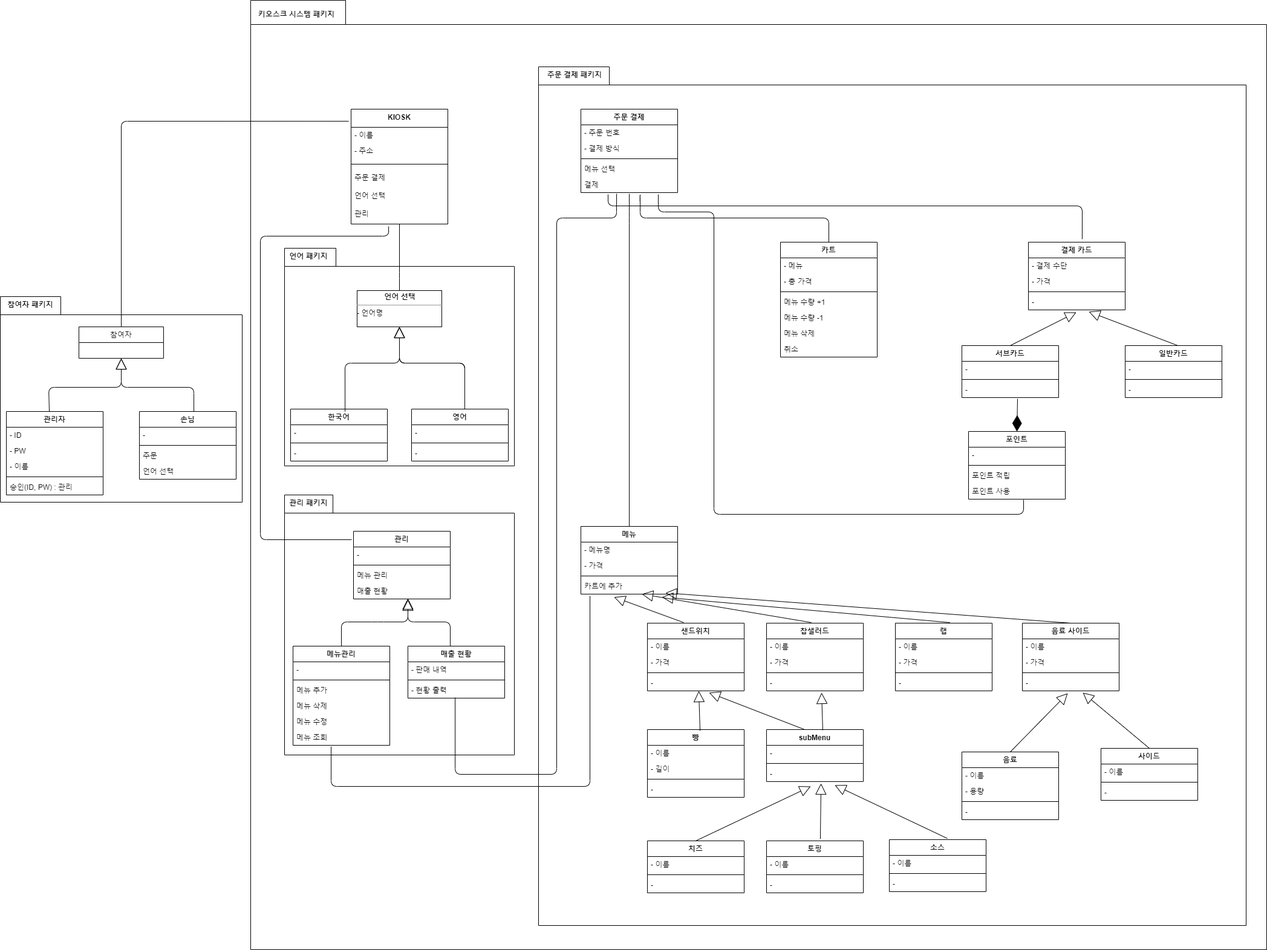
distroytest/KNUSD-20202-Team05 keeps this draw.io diagram as Package diagram.png. Above is the earlier version. Source tidied: cells renumbered, new cells last; positions are measured from the earlier drawing's top-left corner, leaving out a move shared by most shapes.
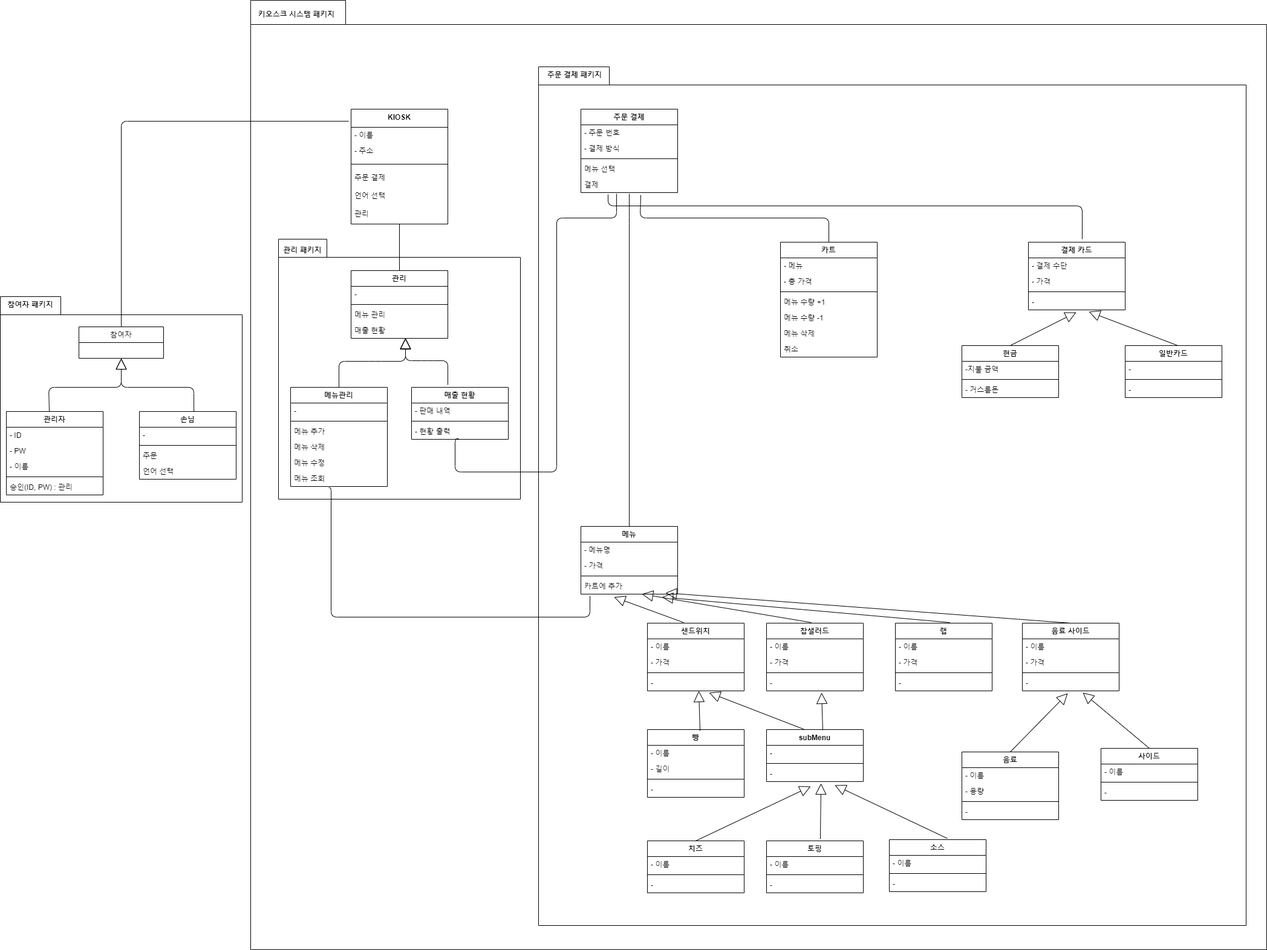
After the change.

Diff of the diagram source:
```diff
@@ -9,11 +9,8 @@
       <mxGeometry x="890" y="110" width="1170" height="1420" as="geometry" />
     </mxCell>
     <mxCell id="4" style="shape=folder;fontStyle=1;spacingTop=10;tabWidth=80;tabHeight=30;tabPosition=left;html=1;" parent="1" vertex="1">
-      <mxGeometry x="470" y="818" width="380" height="430" as="geometry" />
+      <mxGeometry x="460" y="395" width="400" height="430" as="geometry" />
     </mxCell>
-    <mxCell id="5" style="shape=folder;fontStyle=1;spacingTop=10;tabWidth=85;tabHeight=30;tabPosition=left;html=1;" parent="1" vertex="1">
-      <mxGeometry x="470" y="410" width="380" height="360" as="geometry" />
-    </mxCell>
     <mxCell id="6" style="shape=folder;fontStyle=1;spacingTop=10;tabWidth=100;tabHeight=30;tabPosition=left;html=1;" parent="1" vertex="1">
       <mxGeometry y="490" width="400" height="340" as="geometry" />
     </mxCell>
@@ -98,17 +95,6 @@
     <mxCell id="28" value="참여자 패키지" style="text;align=center;fontStyle=1;verticalAlign=middle;spacingLeft=3;spacingRight=3;strokeColor=none;" parent="1" vertex="1">
       <mxGeometry x="10" y="490" width="80" height="26" as="geometry" />
     </mxCell>
-    <mxCell id="29" value="&lt;p style=&quot;margin: 0px ; margin-top: 4px ; text-align: center&quot;&gt;&lt;b&gt;언어 선택&lt;/b&gt;&lt;/p&gt;&lt;hr size=&quot;1&quot;&gt;&lt;div style=&quot;height: 2px&quot;&gt;- 언어명&lt;/div&gt;" style="verticalAlign=top;align=left;overflow=fill;fontSize=12;fontFamily=Helvetica;html=1;" parent="1" vertex="1">
-      <mxGeometry x="590" y="480" width="140" height="60" as="geometry" />
-    </mxCell>
-    <mxCell id="30" style="endArrow=none;html=1;edgeStyle=orthogonalEdgeStyle;exitX=0.5;exitY=0;exitDx=0;exitDy=0;" parent="1" edge="1" source="29" target="13">
-      <mxGeometry relative="1" as="geometry">
-        <Array as="points">
-          <mxPoint x="660" y="450" />
-          <mxPoint x="660" y="450" />
-        </Array>
-      </mxGeometry>
-    </mxCell>
     <mxCell id="31" style="endArrow=none;html=1;edgeStyle=orthogonalEdgeStyle;exitX=0.5;exitY=0;exitDx=0;exitDy=0;entryX=-0.025;entryY=0.105;entryDx=0;entryDy=0;entryPerimeter=0;" parent="1" edge="1" source="14" target="7">
       <mxGeometry relative="1" as="geometry">
         <Array as="points">
@@ -116,51 +102,8 @@
         </Array>
       </mxGeometry>
     </mxCell>
-    <mxCell id="32" value="한국어" style="swimlane;fontStyle=1;align=center;verticalAlign=top;horizontal=1;startSize=26;" parent="1" vertex="1">
-      <mxGeometry x="480" y="676" width="160" height="86" as="geometry" />
-    </mxCell>
-    <mxCell id="33" value="-" style="text;strokeColor=none;fillColor=none;align=left;verticalAlign=top;spacingLeft=4;spacingRight=4;overflow=hidden;" parent="32" vertex="1">
-      <mxGeometry y="26" width="160" height="26" as="geometry" />
-    </mxCell>
-    <mxCell id="34" style="line;strokeWidth=1;fillColor=none;align=left;verticalAlign=middle;spacingTop=-1;spacingLeft=3;spacingRight=3;labelPosition=right;" parent="32" vertex="1">
-      <mxGeometry y="52" width="160" height="8" as="geometry" />
-    </mxCell>
-    <mxCell id="35" value="-" style="text;strokeColor=none;fillColor=none;align=left;verticalAlign=top;spacingLeft=4;spacingRight=4;overflow=hidden;" parent="32" vertex="1">
-      <mxGeometry y="60" width="160" height="26" as="geometry" />
-    </mxCell>
-    <mxCell id="36" value="영어" style="swimlane;fontStyle=1;align=center;verticalAlign=top;horizontal=1;startSize=26;" parent="1" vertex="1">
-      <mxGeometry x="680" y="676" width="160" height="86" as="geometry" />
-    </mxCell>
-    <mxCell id="37" value="-" style="text;strokeColor=none;fillColor=none;align=left;verticalAlign=top;spacingLeft=4;spacingRight=4;overflow=hidden;" parent="36" vertex="1">
-      <mxGeometry y="26" width="160" height="26" as="geometry" />
-    </mxCell>
-    <mxCell id="38" style="line;strokeWidth=1;fillColor=none;align=left;verticalAlign=middle;spacingTop=-1;spacingLeft=3;spacingRight=3;labelPosition=right;" parent="36" vertex="1">
-      <mxGeometry y="52" width="160" height="8" as="geometry" />
-    </mxCell>
-    <mxCell id="39" value="-" style="text;strokeColor=none;fillColor=none;align=left;verticalAlign=top;spacingLeft=4;spacingRight=4;overflow=hidden;" parent="36" vertex="1">
-      <mxGeometry y="60" width="160" height="26" as="geometry" />
-    </mxCell>
-    <mxCell id="40" style="endArrow=block;endSize=16;endFill=0;html=1;entryX=0.5;entryY=1;entryDx=0;entryDy=0;exitX=0.563;exitY=0.047;exitDx=0;exitDy=0;exitPerimeter=0;" parent="1" edge="1" source="32" target="29">
-      <mxGeometry x="-0.33" y="-80" relative="1" as="geometry">
-        <Array as="points">
-          <mxPoint x="570" y="600" />
-          <mxPoint x="660" y="600" />
-        </Array>
-      </mxGeometry>
-    </mxCell>
-    <mxCell id="41" style="endArrow=block;endSize=16;endFill=0;html=1;exitX=0.55;exitY=0;exitDx=0;exitDy=0;exitPerimeter=0;entryX=0.5;entryY=1;entryDx=0;entryDy=0;" parent="1" edge="1" source="36" target="29">
-      <mxGeometry y="50" relative="1" as="geometry">
-        <Array as="points">
-          <mxPoint x="768" y="600" />
-          <mxPoint x="660" y="600" />
-        </Array>
-      </mxGeometry>
-    </mxCell>
-    <mxCell id="42" value="언어 패키지" style="text;align=center;fontStyle=1;verticalAlign=middle;spacingLeft=3;spacingRight=3;strokeColor=none;" parent="1" vertex="1">
-      <mxGeometry x="470" y="410" width="80" height="26" as="geometry" />
-    </mxCell>
     <mxCell id="43" value="관리" style="swimlane;fontStyle=1;align=center;verticalAlign=top;horizontal=1;startSize=26;" parent="1" vertex="1">
-      <mxGeometry x="584" y="878" width="160" height="112" as="geometry" />
+      <mxGeometry x="580" y="447" width="160" height="112" as="geometry" />
     </mxCell>
     <mxCell id="44" value="-" style="text;strokeColor=none;fillColor=none;align=left;verticalAlign=top;spacingLeft=4;spacingRight=4;overflow=hidden;" parent="43" vertex="1">
       <mxGeometry y="26" width="160" height="26" as="geometry" />
@@ -184,8 +127,20 @@
         </Array>
       </mxGeometry>
     </mxCell>
+    <mxCell id="61" style="endArrow=block;endSize=16;endFill=0;html=1;" parent="43" edge="1">
+      <mxGeometry x="-0.46" y="-221" relative="1" as="geometry">
+        <mxPoint x="160" y="189" as="sourcePoint" />
+        <mxPoint x="90" y="112" as="targetPoint" />
+        <Array as="points">
+          <mxPoint x="160" y="149" />
+          <mxPoint x="126" y="149" />
+          <mxPoint x="90" y="149" />
+        </Array>
+        <mxPoint x="220" y="201" as="offset" />
+      </mxGeometry>
+    </mxCell>
     <mxCell id="49" value="메뉴관리" style="swimlane;fontStyle=1;align=center;verticalAlign=top;horizontal=1;startSize=26;" parent="1" vertex="1">
-      <mxGeometry x="484" y="1068" width="160" height="164" as="geometry" />
+      <mxGeometry x="480" y="640" width="160" height="164" as="geometry" />
     </mxCell>
     <mxCell id="50" value="-" style="text;strokeColor=none;fillColor=none;align=left;verticalAlign=top;spacingLeft=4;spacingRight=4;overflow=hidden;" parent="49" vertex="1">
       <mxGeometry y="26" width="160" height="26" as="geometry" />
@@ -206,7 +161,7 @@
       <mxGeometry y="138" width="160" height="26" as="geometry" />
     </mxCell>
     <mxCell id="56" value="매출 현황" style="swimlane;fontStyle=1;align=center;verticalAlign=top;horizontal=1;startSize=26;" parent="1" vertex="1">
-      <mxGeometry x="674" y="1068" width="160" height="86" as="geometry" />
+      <mxGeometry x="680" y="640" width="160" height="86" as="geometry" />
     </mxCell>
     <mxCell id="57" value="- 판매 내역" style="text;strokeColor=none;fillColor=none;align=left;verticalAlign=top;spacingLeft=4;spacingRight=4;overflow=hidden;" parent="56" vertex="1">
       <mxGeometry y="26" width="160" height="26" as="geometry" />
@@ -217,38 +172,9 @@
     <mxCell id="59" value="- 현황 출력" style="text;strokeColor=none;fillColor=none;align=left;verticalAlign=top;spacingLeft=4;spacingRight=4;overflow=hidden;points=[[0,0.5],[1,0.5]];portConstraint=eastwest;" parent="56" vertex="1">
       <mxGeometry y="60" width="160" height="26" as="geometry" />
     </mxCell>
-    <mxCell id="60" style="endArrow=block;endSize=16;endFill=0;html=1;exitX=0.55;exitY=0;exitDx=0;exitDy=0;exitPerimeter=0;entryX=0.5;entryY=1;entryDx=0;entryDy=0;" parent="1" edge="1" source="36" target="29">
-      <mxGeometry y="50" relative="1" as="geometry">
-        <Array as="points">
-          <mxPoint x="768" y="600" />
-          <mxPoint x="660" y="600" />
-          <mxPoint x="660" y="570" />
-        </Array>
-      </mxGeometry>
-    </mxCell>
-    <mxCell id="61" style="endArrow=block;endSize=16;endFill=0;html=1;" parent="1" edge="1">
-      <mxGeometry x="-0.46" y="-221" relative="1" as="geometry">
-        <mxPoint x="744" y="1068" as="sourcePoint" />
-        <mxPoint x="674" y="991" as="targetPoint" />
-        <Array as="points">
-          <mxPoint x="744" y="1028" />
-          <mxPoint x="674" y="1028" />
-        </Array>
-        <mxPoint x="220" y="201" as="offset" />
-      </mxGeometry>
-    </mxCell>
     <mxCell id="62" value="관리 패키지" style="text;align=center;fontStyle=1;verticalAlign=middle;spacingLeft=3;spacingRight=3;strokeColor=none;" parent="1" vertex="1">
-      <mxGeometry x="470" y="818" width="80" height="26" as="geometry" />
+      <mxGeometry x="460" y="400" width="80" height="26" as="geometry" />
     </mxCell>
-    <mxCell id="63" style="endArrow=none;html=1;edgeStyle=orthogonalEdgeStyle;entryX=-0.019;entryY=0.125;entryDx=0;entryDy=0;entryPerimeter=0;exitX=0.388;exitY=1.133;exitDx=0;exitDy=0;exitPerimeter=0;" parent="1" edge="1" source="13" target="43">
-      <mxGeometry relative="1" as="geometry">
-        <Array as="points">
-          <mxPoint x="642" y="390" />
-          <mxPoint x="430" y="390" />
-          <mxPoint x="430" y="892" />
-        </Array>
-      </mxGeometry>
-    </mxCell>
     <mxCell id="64" value="주문 결제" style="swimlane;fontStyle=1;align=center;verticalAlign=top;horizontal=1;startSize=26;" parent="1" vertex="1">
       <mxGeometry x="960" y="180" width="160" height="138" as="geometry" />
     </mxCell>
@@ -321,16 +247,16 @@
     <mxCell id="87" value="-" style="text;strokeColor=none;fillColor=none;align=left;verticalAlign=top;spacingLeft=4;spacingRight=4;overflow=hidden;points=[[0,0.5],[1,0.5]];portConstraint=eastwest;" parent="83" vertex="1">
       <mxGeometry y="86" width="160" height="26" as="geometry" />
     </mxCell>
-    <mxCell id="88" value="서브카드" style="swimlane;fontStyle=1;align=center;verticalAlign=top;horizontal=1;startSize=26;" parent="1" vertex="1">
+    <mxCell id="88" value="현금" style="swimlane;fontStyle=1;align=center;verticalAlign=top;horizontal=1;startSize=26;" parent="1" vertex="1">
       <mxGeometry x="1590" y="571" width="160" height="86" as="geometry" />
     </mxCell>
-    <mxCell id="89" value="-" style="text;strokeColor=none;fillColor=none;align=left;verticalAlign=top;spacingLeft=4;spacingRight=4;overflow=hidden;" parent="88" vertex="1">
+    <mxCell id="89" value="-지불 금액 " style="text;strokeColor=none;fillColor=none;align=left;verticalAlign=top;spacingLeft=4;spacingRight=4;overflow=hidden;" parent="88" vertex="1">
       <mxGeometry y="26" width="160" height="26" as="geometry" />
     </mxCell>
     <mxCell id="90" style="line;strokeWidth=1;fillColor=none;align=left;verticalAlign=middle;spacingTop=-1;spacingLeft=3;spacingRight=3;labelPosition=right;" parent="88" vertex="1">
       <mxGeometry y="52" width="160" height="8" as="geometry" />
     </mxCell>
-    <mxCell id="91" value="-" style="text;strokeColor=none;fillColor=none;align=left;verticalAlign=top;spacingLeft=4;spacingRight=4;overflow=hidden;points=[[0,0.5],[1,0.5]];portConstraint=eastwest;" parent="88" vertex="1">
+    <mxCell id="91" value="- 거스름돈" style="text;strokeColor=none;fillColor=none;align=left;verticalAlign=top;spacingLeft=4;spacingRight=4;overflow=hidden;points=[[0,0.5],[1,0.5]];portConstraint=eastwest;" parent="88" vertex="1">
       <mxGeometry y="60" width="160" height="26" as="geometry" />
     </mxCell>
     <mxCell id="92" value="일반카드" style="swimlane;fontStyle=1;align=center;verticalAlign=top;horizontal=1;startSize=26;" parent="1" vertex="1">
@@ -351,34 +277,6 @@
     <mxCell id="97" style="endArrow=block;endSize=16;endFill=0;html=1;entryX=0.625;entryY=1.115;entryDx=0;entryDy=0;entryPerimeter=0;exitX=0.544;exitY=0;exitDx=0;exitDy=0;exitPerimeter=0;" parent="1" edge="1" source="92" target="87">
       <mxGeometry relative="1" as="geometry" />
     </mxCell>
-    <mxCell id="98" value="포인트" style="swimlane;fontStyle=1;align=center;verticalAlign=top;horizontal=1;startSize=26;" parent="1" vertex="1">
-      <mxGeometry x="1601" y="713" width="160" height="112" as="geometry" />
-    </mxCell>
-    <mxCell id="99" value="-" style="text;strokeColor=none;fillColor=none;align=left;verticalAlign=top;spacingLeft=4;spacingRight=4;overflow=hidden;" parent="98" vertex="1">
-      <mxGeometry y="26" width="160" height="26" as="geometry" />
-    </mxCell>
-    <mxCell id="100" style="line;strokeWidth=1;fillColor=none;align=left;verticalAlign=middle;spacingTop=-1;spacingLeft=3;spacingRight=3;labelPosition=right;" parent="98" vertex="1">
-      <mxGeometry y="52" width="160" height="8" as="geometry" />
-    </mxCell>
-    <mxCell id="101" value="포인트 적립" style="text;strokeColor=none;fillColor=none;align=left;verticalAlign=top;spacingLeft=4;spacingRight=4;overflow=hidden;" parent="98" vertex="1">
-      <mxGeometry y="60" width="160" height="26" as="geometry" />
-    </mxCell>
-    <mxCell id="102" value="포인트 사용" style="text;strokeColor=none;fillColor=none;align=left;verticalAlign=top;spacingLeft=4;spacingRight=4;overflow=hidden;points=[[0,0.5],[1,0.5]];portConstraint=eastwest;" parent="98" vertex="1">
-      <mxGeometry y="86" width="160" height="26" as="geometry" />
-    </mxCell>
-    <mxCell id="103" style="endArrow=diamondThin;endFill=1;endSize=24;html=1;entryX=0.5;entryY=0;entryDx=0;entryDy=0;exitX=0.575;exitY=1.077;exitDx=0;exitDy=0;exitPerimeter=0;" parent="1" edge="1" source="91" target="98">
-      <mxGeometry relative="1" as="geometry" />
-    </mxCell>
-    <mxCell id="104" style="endArrow=none;html=1;edgeStyle=orthogonalEdgeStyle;exitX=0.8;exitY=1.115;exitDx=0;exitDy=0;exitPerimeter=0;entryX=0.569;entryY=1.038;entryDx=0;entryDy=0;entryPerimeter=0;" parent="1" edge="1" source="69" target="102">
-      <mxGeometry relative="1" as="geometry">
-        <Array as="points">
-          <mxPoint x="1088" y="350" />
-          <mxPoint x="1180" y="350" />
-          <mxPoint x="1180" y="850" />
-          <mxPoint x="1692" y="850" />
-        </Array>
-      </mxGeometry>
-    </mxCell>
     <mxCell id="105" style="endArrow=none;html=1;edgeStyle=orthogonalEdgeStyle;entryX=0.5;entryY=0;entryDx=0;entryDy=0;" parent="1" edge="1" target="78">
       <mxGeometry relative="1" as="geometry">
         <mxPoint x="1040" y="320" as="sourcePoint" />
@@ -407,16 +305,18 @@
     <mxCell id="108" style="endArrow=none;html=1;edgeStyle=orthogonalEdgeStyle;exitX=0.394;exitY=1.077;exitDx=0;exitDy=0;exitPerimeter=0;entryX=0.094;entryY=1.115;entryDx=0;entryDy=0;entryPerimeter=0;" parent="1" edge="1" source="55" target="82">
       <mxGeometry relative="1" as="geometry">
         <Array as="points">
-          <mxPoint x="547" y="1300" />
-          <mxPoint x="975" y="1300" />
+          <mxPoint x="547" y="806" />
+          <mxPoint x="547" y="1020" />
+          <mxPoint x="975" y="1020" />
         </Array>
       </mxGeometry>
     </mxCell>
     <mxCell id="109" style="endArrow=none;html=1;edgeStyle=orthogonalEdgeStyle;exitX=0.488;exitY=0.962;exitDx=0;exitDy=0;exitPerimeter=0;entryX=0.369;entryY=1.077;entryDx=0;entryDy=0;entryPerimeter=0;" parent="1" edge="1" source="59" target="69">
       <mxGeometry relative="1" as="geometry">
         <Array as="points">
-          <mxPoint x="752" y="1280" />
-          <mxPoint x="920" y="1280" />
+          <mxPoint x="752" y="725" />
+          <mxPoint x="752" y="780" />
+          <mxPoint x="920" y="780" />
           <mxPoint x="920" y="360" />
           <mxPoint x="1019" y="360" />
         </Array>
@@ -614,5 +514,8 @@
     <mxCell id="173" value="키오스크 시스템 패키지" style="text;align=center;fontStyle=1;verticalAlign=middle;spacingLeft=3;spacingRight=3;strokeColor=none;" parent="1" vertex="1">
       <mxGeometry x="450" y="10" width="80" height="26" as="geometry" />
     </mxCell>
+    <mxCell id="63" style="endArrow=none;html=1;edgeStyle=orthogonalEdgeStyle;entryX=0.5;entryY=0;entryDx=0;entryDy=0;exitX=0.5;exitY=1;exitDx=0;exitDy=0;exitPerimeter=0;" parent="1" edge="1" source="13" target="43">
+      <mxGeometry relative="1" as="geometry" />
+    </mxCell>
   </root>
 </mxGraphModel>
```
